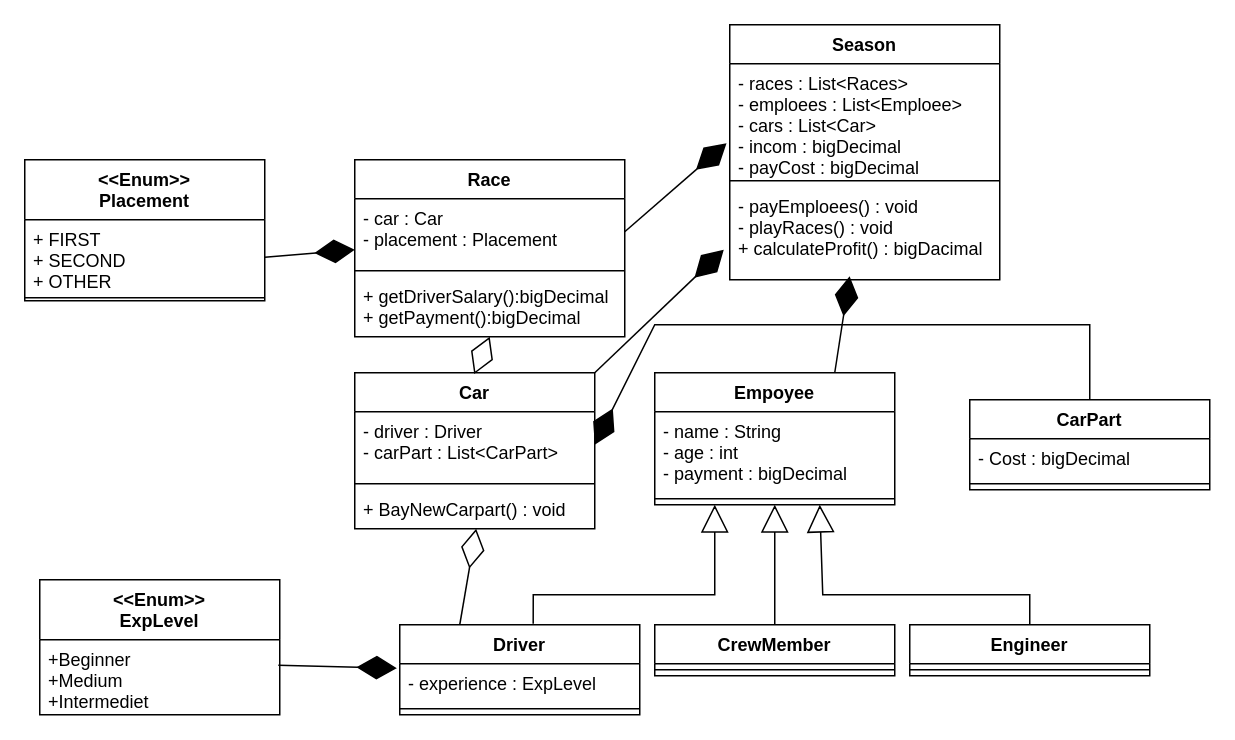
Before: PA2.drawio in Guszti9/draw, a draw.io diagram. Source tidied: cells renumbered, new cells numbered last; positions are measured from the earlier drawing's top-left corner, leaving out a move shared by most shapes. Both pictures are drawn from the tidied source at 150%, with x=0, y=0 at pixel (24, 24).
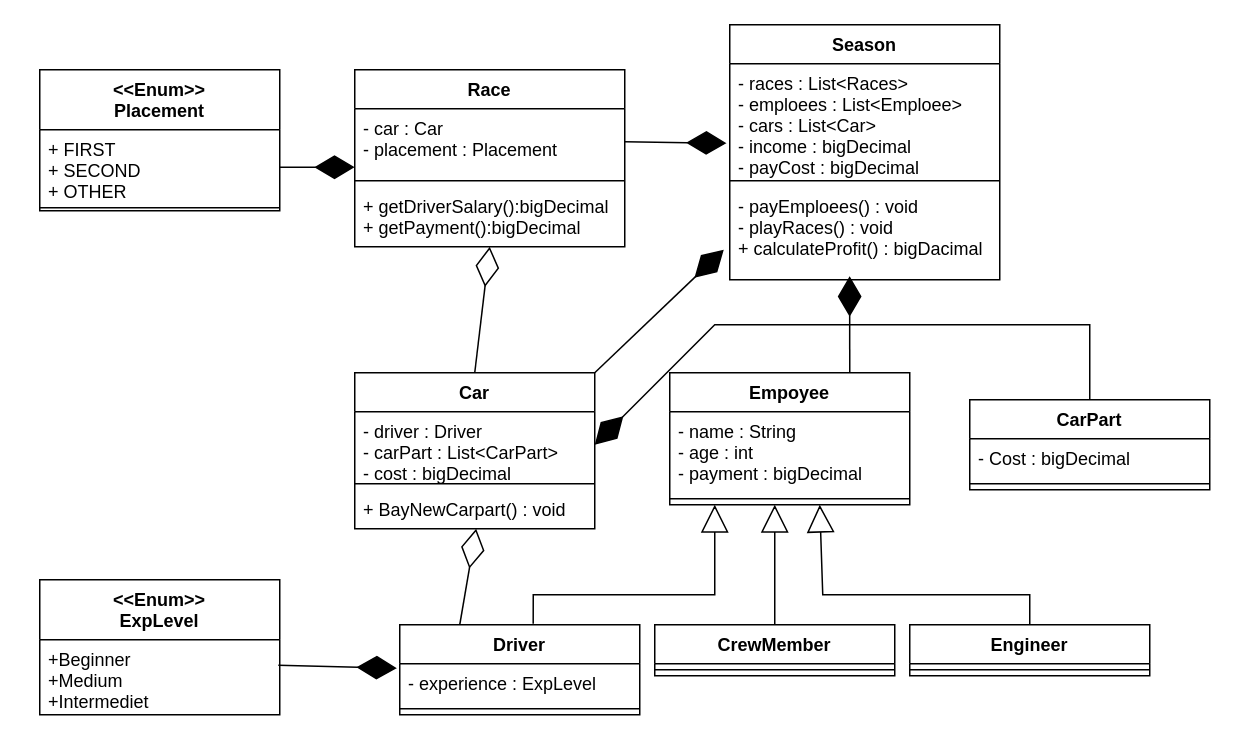
The same page after the edit.

The change refers to these unchanged cells:
```xml
<mxCell id="5" value="CarPart" style="swimlane;fontStyle=1;align=center;verticalAlign=top;horizontal=1;startSize=26;" parent="1" vertex="1">
  <mxGeometry x="630" y="250" width="160" height="60" as="geometry" />
</mxCell>
<mxCell id="8" value="Car" style="swimlane;fontStyle=1;align=center;verticalAlign=top;horizontal=1;startSize=26;" parent="1" vertex="1">
  <mxGeometry x="220" y="232" width="160" height="104" as="geometry" />
</mxCell>
<mxCell id="14" value="CrewMember" style="swimlane;fontStyle=1;align=center;verticalAlign=top;horizontal=1;startSize=26;" parent="1" vertex="1">
  <mxGeometry x="420" y="400" width="160" height="34" as="geometry" />
</mxCell>
<mxCell id="16" value="Driver" style="swimlane;fontStyle=1;align=center;verticalAlign=top;horizontal=1;startSize=26;" parent="1" vertex="1">
  <mxGeometry x="250" y="400" width="160" height="60" as="geometry" />
</mxCell>
<mxCell id="28" value="- car : Car&#10;- placement : Placement" style="text;strokeColor=none;fillColor=none;align=left;verticalAlign=top;spacingLeft=4;spacingRight=4;overflow=hidden;points=[[0,0.5],[1,0.5]];portConstraint=eastwest;" parent="27" vertex="1">
  <mxGeometry y="26" width="180" height="44" as="geometry" />
</mxCell>
<mxCell id="33" value="Season" style="swimlane;fontStyle=1;align=center;verticalAlign=top;horizontal=1;startSize=26;" parent="1" vertex="1">
  <mxGeometry x="470" width="180" height="170" as="geometry" />
</mxCell>
<mxCell id="41" value="+ FIRST&#10;+ SECOND&#10;+ OTHER&#10;" style="text;strokeColor=none;fillColor=none;align=left;verticalAlign=top;spacingLeft=4;spacingRight=4;overflow=hidden;points=[[0,0.5],[1,0.5]];portConstraint=eastwest;" parent="40" vertex="1">
  <mxGeometry y="40" width="160" height="50" as="geometry" />
</mxCell>
```

What changed in the source:
```diff
@@
     <mxCell id="2" value="Empoyee" style="swimlane;fontStyle=1;align=center;verticalAlign=top;horizontal=1;startSize=26;" parent="1" vertex="1">
-      <mxGeometry x="420" y="232" width="160" height="88" as="geometry" />
+      <mxGeometry x="430" y="232" width="160" height="88" as="geometry" />
     </mxCell>
@@
-    <mxCell id="9" value="- driver : Driver&#10;- carPart : List&lt;CarPart&gt;&#10;&#10;" style="text;strokeColor=none;fillColor=none;align=left;verticalAlign=top;spacingLeft=4;spacingRight=4;overflow=hidden;points=[[0,0.5],[1,0.5]];portConstraint=eastwest;" parent="8" vertex="1">
+    <mxCell id="9" value="- driver : Driver&#10;- carPart : List&lt;CarPart&gt;&#10;- cost : bigDecimal&#10;&#10;" style="text;strokeColor=none;fillColor=none;align=left;verticalAlign=top;spacingLeft=4;spacingRight=4;overflow=hidden;points=[[0,0.5],[1,0.5]];portConstraint=eastwest;" parent="8" vertex="1">
       <mxGeometry y="26" width="160" height="44" as="geometry" />
     </mxCell>
@@
-    <mxCell id="20" style="endArrow=block;endSize=16;endFill=0;html=1;rounded=0;exitX=0.556;exitY=-0.012;exitDx=0;exitDy=0;exitPerimeter=0;entryX=0.25;entryY=1;entryDx=0;entryDy=0;" parent="1" edge="1" source="16" target="2">
+    <mxCell id="20" style="endArrow=block;endSize=16;endFill=0;html=1;rounded=0;exitX=0.556;exitY=-0.012;exitDx=0;exitDy=0;exitPerimeter=0;" parent="1" edge="1" source="16">
       <mxGeometry relative="1" as="geometry">
+        <mxPoint x="460" y="320" as="targetPoint" />
         <Array as="points">
           <mxPoint x="339" y="380" />
           <mxPoint x="460" y="380" />
         </Array>
       </mxGeometry>
     </mxCell>
-    <mxCell id="21" style="endArrow=block;endSize=16;endFill=0;html=1;rounded=0;entryX=0.5;entryY=1;entryDx=0;entryDy=0;exitX=0.5;exitY=0;exitDx=0;exitDy=0;" parent="1" edge="1" source="14" target="2">
-      <mxGeometry relative="1" as="geometry" />
+    <mxCell id="21" style="endArrow=block;endSize=16;endFill=0;html=1;rounded=0;exitX=0.5;exitY=0;exitDx=0;exitDy=0;" parent="1" edge="1" source="14">
+      <mxGeometry relative="1" as="geometry">
+        <mxPoint x="500" y="320" as="targetPoint" />
+      </mxGeometry>
     </mxCell>
@@
     <mxCell id="27" value="Race" style="swimlane;fontStyle=1;align=center;verticalAlign=top;horizontal=1;startSize=26;" parent="1" vertex="1">
-      <mxGeometry x="220" y="90" width="180" height="118" as="geometry" />
+      <mxGeometry x="220" y="30" width="180" height="118" as="geometry" />
     </mxCell>
@@
     <mxCell id="31" style="endArrow=diamondThin;endFill=1;endSize=24;html=1;rounded=0;entryX=1;entryY=0.5;entryDx=0;entryDy=0;" parent="1" edge="1" source="5" target="9">
       <mxGeometry relative="1" as="geometry">
         <Array as="points">
           <mxPoint x="710" y="200" />
-          <mxPoint x="420" y="200" />
+          <mxPoint x="460" y="200" />
         </Array>
       </mxGeometry>
     </mxCell>
@@
-    <mxCell id="34" value="- races : List&lt;Races&gt;&#10;- emploees : List&lt;Emploee&gt; &#10;- cars : List&lt;Car&gt;&#10;- incom : bigDecimal&#10;- payCost : bigDecimal&#10;&#10;&#10;" style="text;strokeColor=none;fillColor=none;align=left;verticalAlign=top;spacingLeft=4;spacingRight=4;overflow=hidden;points=[[0,0.5],[1,0.5]];portConstraint=eastwest;" parent="33" vertex="1">
+    <mxCell id="34" value="- races : List&lt;Races&gt;&#10;- emploees : List&lt;Emploee&gt; &#10;- cars : List&lt;Car&gt;&#10;- income : bigDecimal&#10;- payCost : bigDecimal&#10;&#10;&#10;" style="text;strokeColor=none;fillColor=none;align=left;verticalAlign=top;spacingLeft=4;spacingRight=4;overflow=hidden;points=[[0,0.5],[1,0.5]];portConstraint=eastwest;" parent="33" vertex="1">
       <mxGeometry y="26" width="180" height="74" as="geometry" />
     </mxCell>
@@
     <mxCell id="40" value="&lt;&lt;Enum&gt;&gt;&#10;Placement&#10;" style="swimlane;fontStyle=1;align=center;verticalAlign=top;horizontal=1;startSize=40;" parent="1" vertex="1">
-      <mxGeometry y="90" width="160" height="94" as="geometry" />
+      <mxGeometry x="10" y="30" width="160" height="94" as="geometry" />
     </mxCell>
@@
-    <mxCell id="43" style="endArrow=diamondThin;endFill=1;endSize=24;html=1;rounded=0;exitX=1;exitY=0.5;exitDx=0;exitDy=0;" parent="1" edge="1" source="41">
-      <mxGeometry relative="1" as="geometry">
-        <mxPoint x="220" y="150" as="targetPoint" />
-      </mxGeometry>
+    <mxCell id="43" style="endArrow=diamondThin;endFill=1;endSize=24;html=1;rounded=0;exitX=1;exitY=0.5;exitDx=0;exitDy=0;entryX=0;entryY=0.886;entryDx=0;entryDy=0;entryPerimeter=0;" parent="1" edge="1" source="41" target="28">
+      <mxGeometry relative="1" as="geometry" />
     </mxCell>
```
